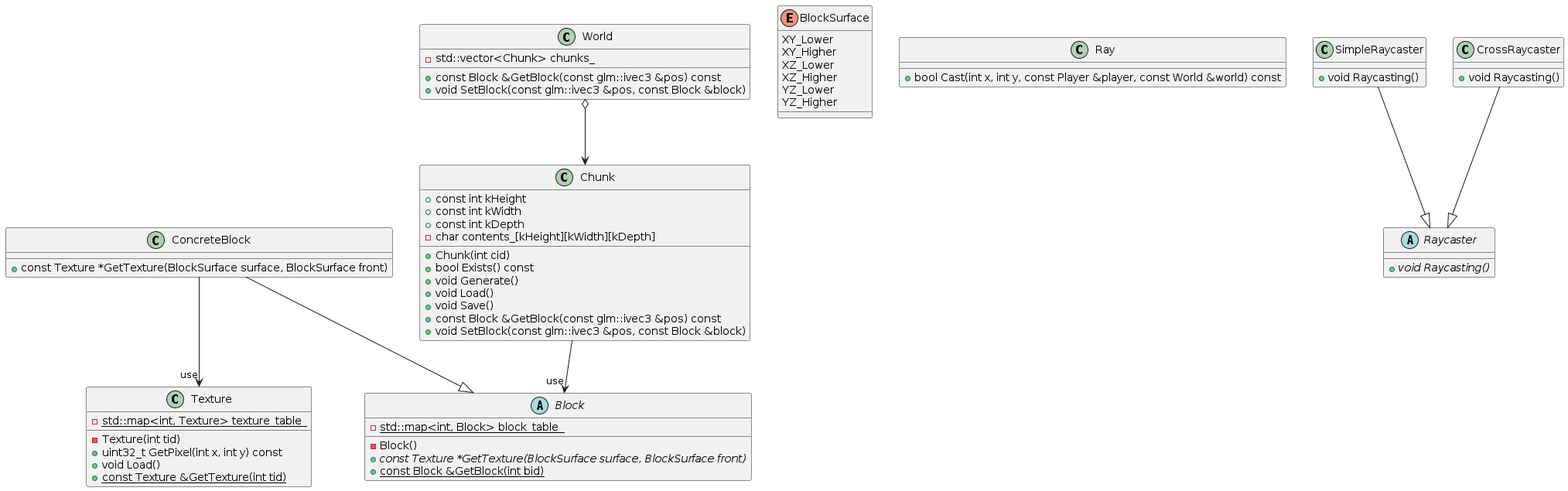
Above: ClassDiagram.png in matajupi/Chibicraft (PlantUML), before the change.
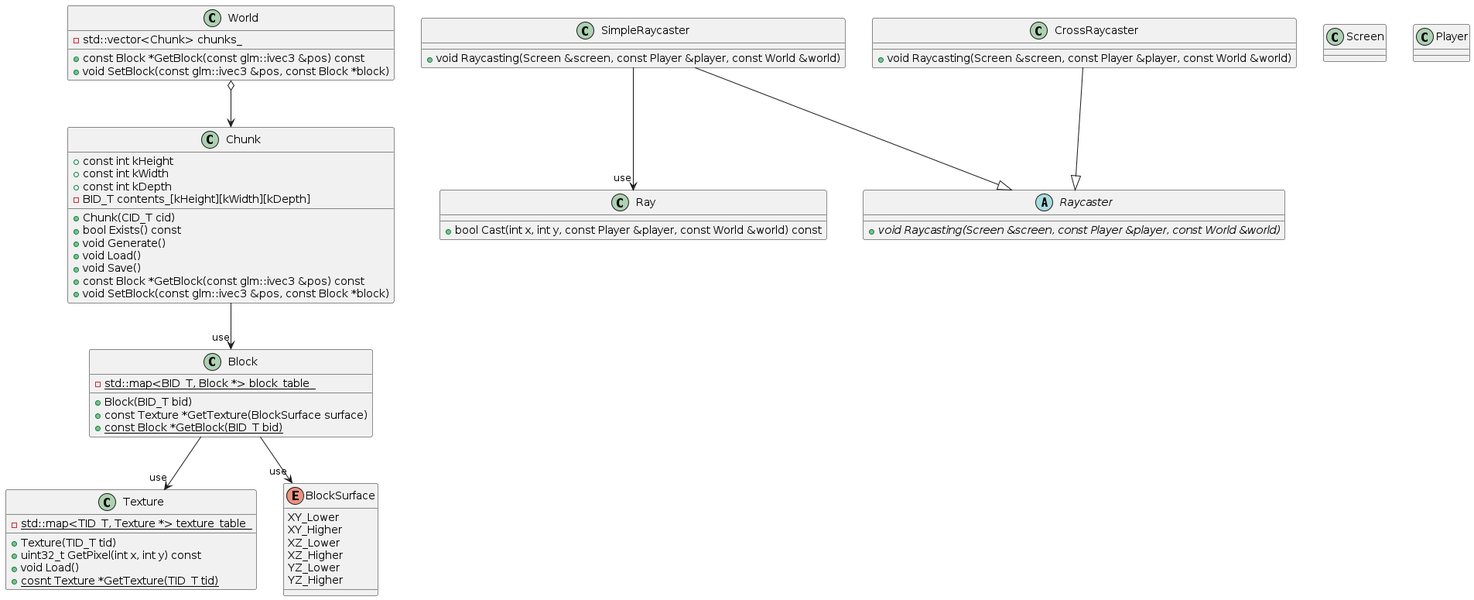
The same diagram one commit later.

The edit, as a diff of the source:
```diff
@@ -1,12 +1,12 @@
 @startuml
 
 class Texture {
-    - {static} std::map<int, Texture> texture_table_
+    - {static} std::map<TID_T, Texture *> texture_table_
 
-    - Texture(int tid)
+    + Texture(TID_T tid)
     + uint32_t GetPixel(int x, int y) const
     + void Load()
-    + {static} const Texture &GetTexture(int tid)
+    + {static} cosnt Texture *GetTexture(TID_T tid)
 }
 
 enum BlockSurface {
@@ -18,39 +18,36 @@
     YZ_Higher
 }
 
-abstract Block {
-    - {static} std::map<int, Block> block_table_
+class Block {
+    - {static} std::map<BID_T, Block *> block_table_
 
-    - Block()
-    + {abstract} const Texture *GetTexture(BlockSurface surface, BlockSurface front)
-    + {static} const Block &GetBlock(int bid)
-}
-class ConcreteBlock {
-    + const Texture *GetTexture(BlockSurface surface, BlockSurface front)
+    + Block(BID_T bid)
+    + const Texture *GetTexture(BlockSurface surface)
+    + {static} const Block *GetBlock(BID_T bid)
 }
 
-ConcreteBlock --|> Block
-ConcreteBlock --> "use" Texture
+Block --> "use" Texture
+Block --> "use" BlockSurface
 
 class World {
     - std::vector<Chunk> chunks_
 
-    + const Block &GetBlock(const glm::ivec3 &pos) const
-    + void SetBlock(const glm::ivec3 &pos, const Block &block)
+    + const Block *GetBlock(const glm::ivec3 &pos) const
+    + void SetBlock(const glm::ivec3 &pos, const Block *block)
 }
 class Chunk {
     + const int kHeight
     + const int kWidth
     + const int kDepth
-    - char contents_[kHeight][kWidth][kDepth]
+    - BID_T contents_[kHeight][kWidth][kDepth]
 
-    + Chunk(int cid)
+    + Chunk(CID_T cid)
     + bool Exists() const
     + void Generate()
     + void Load()
     + void Save()
-    + const Block &GetBlock(const glm::ivec3 &pos) const
-    + void SetBlock(const glm::ivec3 &pos, const Block &block)
+    + const Block *GetBlock(const glm::ivec3 &pos) const
+    + void SetBlock(const glm::ivec3 &pos, const Block *block)
 }
 
 World o--> Chunk
@@ -60,16 +57,20 @@
     + bool Cast(int x, int y, const Player &player, const World &world) const
 }
 abstract Raycaster {
-    + {abstract} void Raycasting()
+    + {abstract} void Raycasting(Screen &screen, const Player &player, const World &world)
 }
 class SimpleRaycaster {
-    + void Raycasting()
+    + void Raycasting(Screen &screen, const Player &player, const World &world)
 }
 class CrossRaycaster {
-    + void Raycasting()
+    + void Raycasting(Screen &screen, const Player &player, const World &world)
 }
 
 SimpleRaycaster --|> Raycaster
 CrossRaycaster --|> Raycaster
+SimpleRaycaster --> "use" Ray
+
+class Screen { }
+class Player { }
 
 @enduml
```
